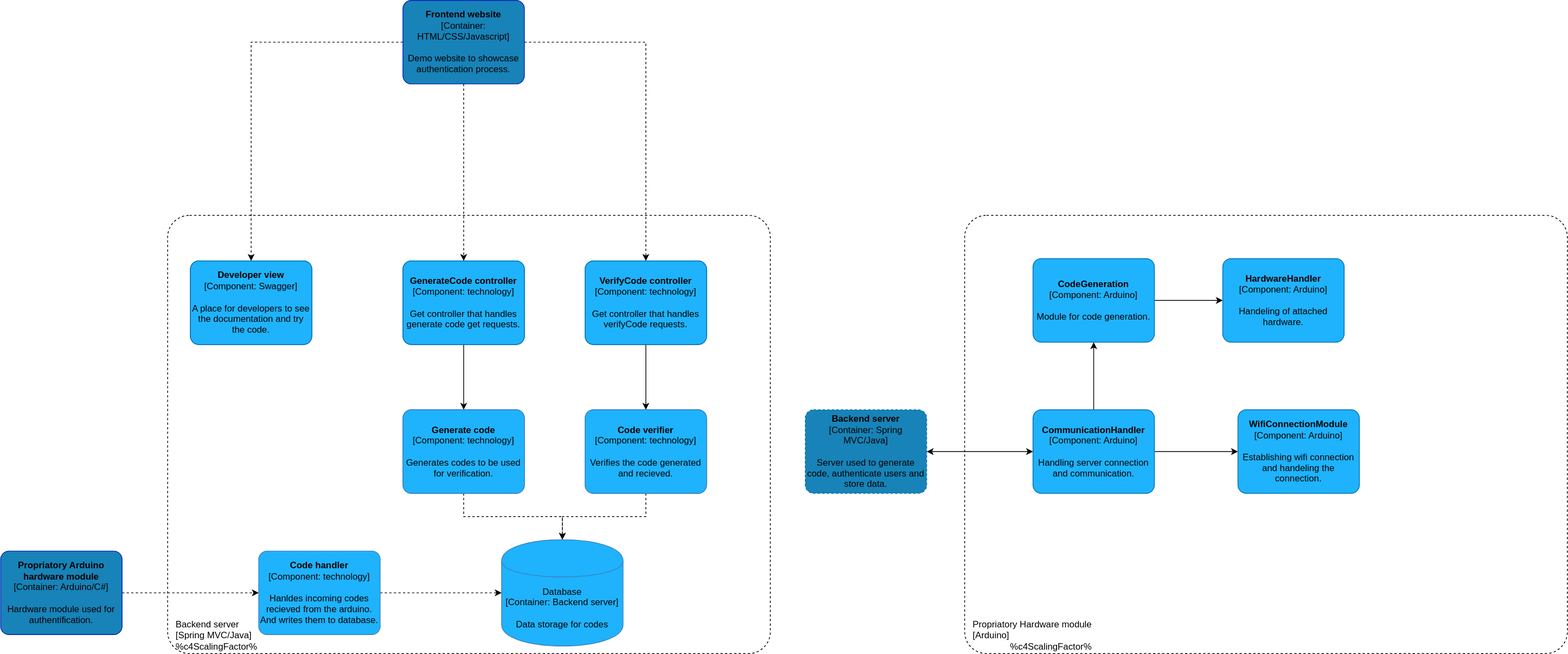
This is c4-diagrams/C3 - Component diagram.svg from 2nd-factor/docs, a draw.io export, as it was before one commit. Source tidied: cells renumbered, new cells last; positions are measured from the earlier drawing's top-left corner, leaving out a move shared by most shapes.
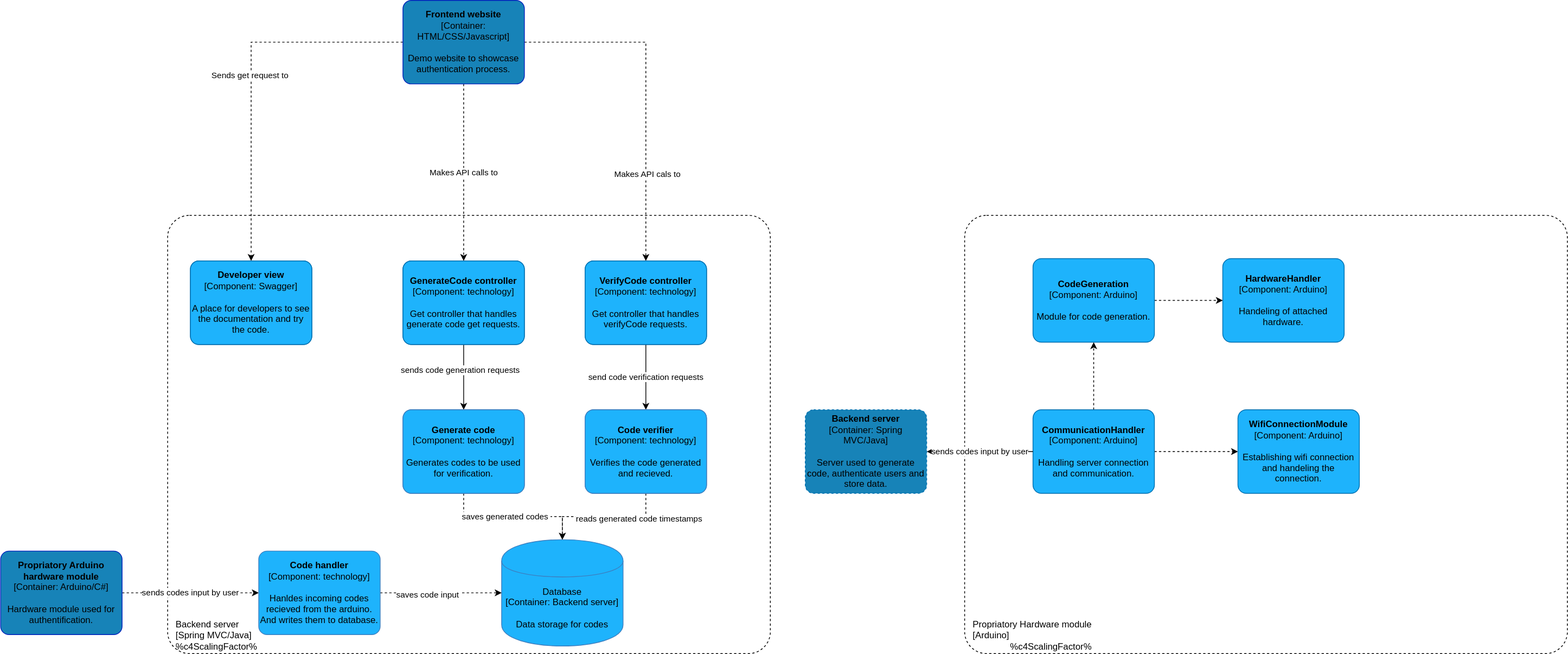
Above is the later version.

Commit message:
modified:   2nd-factor-c4model.drawio 	modified:   c4-diagrams/C2 - Container diagramv2.svg 	modified:   c4-diagrams/C3 - Component diagram.svg

Diff of the diagram source:
```diff
@@ -15,12 +15,15 @@
     <mxCell id="4" style="edgeStyle=orthogonalEdgeStyle;rounded=0;jettySize=auto;html=1;startArrow=none;startFill=0;endArrow=classic;endFill=1;" parent="1" edge="1" source="5" target="16">
       <mxGeometry relative="1" as="geometry" />
     </mxCell>
+    <mxCell id="36" value="sends code generation requests&amp;nbsp;" style="edgeLabel;html=1;align=center;verticalAlign=middle;" parent="4" vertex="1">
+      <mxGeometry x="-0.23" y="-4" relative="1" as="geometry" />
+    </mxCell>
     <object id="5" label="&lt;b&gt;%c4Name%&lt;/b&gt;&lt;div&gt;[%c4Type%: %c4Technology%]&lt;/div&gt;&lt;br&gt;&lt;div&gt;%c4Description%&lt;/div&gt;" c4Description="Get controller that handles generate code get requests." c4Name="GenerateCode controller" c4Technology="technology" c4Type="Component" placeholders="1">
       <mxCell style="rounded=1;whiteSpace=wrap;html=1;labelBackgroundColor=none;fontColor=#ffffff;align=center;arcSize=10;strokeColor=#006EAF;metaData={&quot;c4Type&quot;:{&quot;editable&quot;:false}};points=[[0.25,0,0],[0.5,0,0],[0.75,0,0],[1,0.25,0],[1,0.5,0],[1,0.75,0],[0.75,1,0],[0.5,1,0],[0.25,1,0],[0,0.75,0],[0,0.5,0],[0,0.25,0]];fillColor=#1EB3FC;" parent="1" vertex="1">
         <mxGeometry x="530" y="343" width="160" height="110" as="geometry" />
       </mxCell>
     </object>
-    <mxCell id="6" style="edgeStyle=orthogonalEdgeStyle;rounded=0;jettySize=auto;html=1;startArrow=none;startFill=0;endArrow=classic;endFill=1;" parent="1" edge="1" source="7" target="18">
+    <mxCell id="6" value="send code verification requests" style="edgeStyle=orthogonalEdgeStyle;rounded=0;jettySize=auto;html=1;startArrow=none;startFill=0;endArrow=classic;endFill=1;" parent="1" edge="1" source="7" target="18">
       <mxGeometry relative="1" as="geometry" />
     </mxCell>
     <object id="7" label="&lt;b&gt;%c4Name%&lt;/b&gt;&lt;div&gt;[%c4Type%: %c4Technology%]&lt;/div&gt;&lt;br&gt;&lt;div&gt;%c4Description%&lt;/div&gt;" c4Description="Get controller that handles verifyCode requests." c4Name="VerifyCode controller" c4Technology="technology" c4Type="Component" placeholders="1">
@@ -28,13 +31,16 @@
         <mxGeometry x="770" y="343" width="160" height="110" as="geometry" />
       </mxCell>
     </object>
-    <mxCell id="8" style="edgeStyle=orthogonalEdgeStyle;rounded=0;jettySize=auto;html=1;entryX=0.5;entryY=0;entryDx=0;entryDy=0;entryPerimeter=0;dashed=1;startArrow=none;startFill=0;endArrow=classic;endFill=1;" parent="1" edge="1" source="11" target="5">
+    <mxCell id="8" value="Makes API calls to" style="edgeStyle=orthogonalEdgeStyle;rounded=0;jettySize=auto;html=1;entryX=0.5;entryY=0;entryDx=0;entryDy=0;entryPerimeter=0;dashed=1;startArrow=none;startFill=0;endArrow=classic;endFill=1;" parent="1" edge="1" source="11" target="5">
       <mxGeometry relative="1" as="geometry" />
     </mxCell>
     <mxCell id="9" style="edgeStyle=orthogonalEdgeStyle;rounded=0;jettySize=auto;html=1;entryX=0.5;entryY=0;entryDx=0;entryDy=0;entryPerimeter=0;dashed=1;startArrow=none;startFill=0;endArrow=classic;endFill=1;" parent="1" edge="1" source="11" target="7">
       <mxGeometry relative="1" as="geometry" />
     </mxCell>
+    <mxCell id="37" value="Makes API cals to" style="edgeLabel;html=1;align=center;verticalAlign=middle;" parent="9" vertex="1">
+      <mxGeometry x="0.49" y="1" relative="1" as="geometry" />
+    </mxCell>
-    <mxCell id="10" style="edgeStyle=orthogonalEdgeStyle;rounded=0;jettySize=auto;html=1;dashed=1;startArrow=none;startFill=0;endArrow=classic;endFill=1;" parent="1" edge="1" source="11" target="3">
+    <mxCell id="10" value="Sends get request to&amp;nbsp;" style="edgeStyle=orthogonalEdgeStyle;rounded=0;jettySize=auto;html=1;dashed=1;startArrow=none;startFill=0;endArrow=classic;endFill=1;" parent="1" edge="1" source="11" target="3">
       <mxGeometry relative="1" as="geometry" />
     </mxCell>
     <object id="11" label="&lt;b&gt;%c4Name%&lt;/b&gt;&lt;div&gt;[%c4Type%: %c4Technology%]&lt;/div&gt;&lt;br&gt;&lt;div&gt;%c4Description%&lt;/div&gt;" c4Description="Demo website to showcase authentication process. " c4Name="Frontend website" c4Technology="HTML/CSS/Javascript" c4Type="Container" placeholders="1">
@@ -42,7 +48,7 @@
         <mxGeometry x="530" width="160" height="110" as="geometry" />
       </mxCell>
     </object>
-    <mxCell id="12" style="edgeStyle=orthogonalEdgeStyle;rounded=0;jettySize=auto;html=1;dashed=1;startArrow=none;startFill=0;endArrow=classic;endFill=1;" parent="1" edge="1" source="13" target="20">
+    <mxCell id="12" value="sends codes input by user" style="edgeStyle=orthogonalEdgeStyle;rounded=0;jettySize=auto;html=1;dashed=1;startArrow=none;startFill=0;endArrow=classic;endFill=1;" parent="1" edge="1" source="13" target="20">
       <mxGeometry relative="1" as="geometry" />
     </mxCell>
     <object id="13" label="&lt;b&gt;%c4Name%&lt;/b&gt;&lt;div&gt;[%c4Type%: %c4Technology%]&lt;/div&gt;&lt;br&gt;&lt;div&gt;%c4Description%&lt;/div&gt;" c4Description="Hardware module used for authentification." c4Name="Propriatory Arduino hardware module" c4Technology="Arduino/C#" c4Type="Container" placeholders="1">
@@ -58,6 +64,9 @@
     <mxCell id="15" style="edgeStyle=orthogonalEdgeStyle;rounded=0;jettySize=auto;html=1;startArrow=none;startFill=0;endArrow=classic;endFill=1;dashed=1;" parent="1" edge="1" source="16" target="14">
       <mxGeometry relative="1" as="geometry" />
     </mxCell>
+    <mxCell id="38" value="saves generated codes&amp;nbsp;" style="edgeLabel;html=1;align=center;verticalAlign=middle;" parent="15" vertex="1">
+      <mxGeometry x="-0.11" relative="1" as="geometry" />
+    </mxCell>
     <object id="16" label="&lt;b&gt;%c4Name%&lt;/b&gt;&lt;div&gt;[%c4Type%: %c4Technology%]&lt;/div&gt;&lt;br&gt;&lt;div&gt;%c4Description%&lt;/div&gt;" c4Description="Generates codes to be used for verification." c4Name="Generate code" c4Technology="technology" c4Type="Component" placeholders="1">
       <mxCell style="rounded=1;whiteSpace=wrap;html=1;labelBackgroundColor=none;fontColor=#ffffff;align=center;arcSize=10;strokeColor=#3C7FC0;metaData={&quot;c4Type&quot;:{&quot;editable&quot;:false}};points=[[0.25,0,0],[0.5,0,0],[0.75,0,0],[1,0.25,0],[1,0.5,0],[1,0.75,0],[0.75,1,0],[0.5,1,0],[0.25,1,0],[0,0.75,0],[0,0.5,0],[0,0.25,0]];fillColor=#1EB3FC;" parent="1" vertex="1">
         <mxGeometry x="530" y="539" width="160" height="110" as="geometry" />
@@ -66,6 +75,9 @@
     <mxCell id="17" style="edgeStyle=orthogonalEdgeStyle;rounded=0;jettySize=auto;html=1;dashed=1;startArrow=none;startFill=0;endArrow=classic;endFill=1;" parent="1" edge="1" source="18" target="14">
       <mxGeometry relative="1" as="geometry" />
     </mxCell>
+    <mxCell id="39" value="reads generated code timestamps" style="edgeLabel;html=1;align=center;verticalAlign=middle;" parent="17" vertex="1">
+      <mxGeometry x="-0.53" y="3" relative="1" as="geometry" />
+    </mxCell>
     <object id="18" label="&lt;b&gt;%c4Name%&lt;/b&gt;&lt;div&gt;[%c4Type%: %c4Technology%]&lt;/div&gt;&lt;br&gt;&lt;div&gt;%c4Description%&lt;/div&gt;" c4Description="Verifies the code generated and recieved." c4Name="Code verifier" c4Technology="technology" c4Type="Component" placeholders="1">
       <mxCell style="rounded=1;whiteSpace=wrap;html=1;labelBackgroundColor=none;fontColor=#ffffff;align=center;arcSize=10;strokeColor=#3C7FC0;metaData={&quot;c4Type&quot;:{&quot;editable&quot;:false}};points=[[0.25,0,0],[0.5,0,0],[0.75,0,0],[1,0.25,0],[1,0.5,0],[1,0.75,0],[0.75,1,0],[0.5,1,0],[0.25,1,0],[0,0.75,0],[0,0.5,0],[0,0.25,0]];fillColor=#1EB3FC;" parent="1" vertex="1">
         <mxGeometry x="770" y="539" width="160" height="110" as="geometry" />
@@ -74,6 +86,9 @@
     <mxCell id="19" style="edgeStyle=orthogonalEdgeStyle;rounded=0;jettySize=auto;html=1;dashed=1;startArrow=none;startFill=0;endArrow=classic;endFill=1;" parent="1" edge="1" source="20" target="14">
       <mxGeometry relative="1" as="geometry" />
     </mxCell>
+    <mxCell id="40" value="saves code input&amp;nbsp;" style="edgeLabel;html=1;align=center;verticalAlign=middle;" parent="19" vertex="1">
+      <mxGeometry x="-0.22" y="-2" relative="1" as="geometry" />
+    </mxCell>
     <object id="20" label="&lt;b&gt;%c4Name%&lt;/b&gt;&lt;div&gt;[%c4Type%: %c4Technology%]&lt;/div&gt;&lt;br&gt;&lt;div&gt;%c4Description%&lt;/div&gt;" c4Description="Hanldes incoming codes recieved from the arduino. And writes them to database." c4Name="Code handler" c4Technology="technology" c4Type="Component" placeholders="1">
       <mxCell style="rounded=1;whiteSpace=wrap;html=1;labelBackgroundColor=none;align=center;arcSize=10;strokeColor=#3C7FC0;metaData={&quot;c4Type&quot;:{&quot;editable&quot;:false}};points=[[0.25,0,0],[0.5,0,0],[0.75,0,0],[1,0.25,0],[1,0.5,0],[1,0.75,0],[0.75,1,0],[0.5,1,0],[0.25,1,0],[0,0.75,0],[0,0.5,0],[0,0.25,0]];fillColor=#1EB3FC;" parent="1" vertex="1">
         <mxGeometry x="340" y="725" width="160" height="110" as="geometry" />
@@ -109,10 +124,10 @@
         <mxGeometry x="1270" y="283" width="794" height="577" as="geometry" />
       </mxCell>
     </object>
-    <mxCell id="27" style="edgeStyle=orthogonalEdgeStyle;rounded=0;jettySize=auto;html=1;startArrow=none;startFill=0;" parent="1" edge="1" source="29" target="31">
+    <mxCell id="27" style="edgeStyle=orthogonalEdgeStyle;rounded=0;jettySize=auto;html=1;startArrow=none;startFill=0;dashed=1;" parent="1" edge="1" source="29" target="31">
       <mxGeometry relative="1" as="geometry" />
     </mxCell>
-    <mxCell id="28" style="edgeStyle=orthogonalEdgeStyle;rounded=0;jettySize=auto;html=1;startArrow=none;startFill=0;" parent="1" edge="1" source="29" target="35">
+    <mxCell id="28" style="edgeStyle=orthogonalEdgeStyle;rounded=0;jettySize=auto;html=1;startArrow=none;startFill=0;dashed=1;" parent="1" edge="1" source="29" target="35">
       <mxGeometry relative="1" as="geometry" />
     </mxCell>
     <object id="29" label="&lt;b&gt;%c4Name%&lt;/b&gt;&lt;div&gt;[%c4Type%: %c4Technology%]&lt;/div&gt;&lt;br&gt;&lt;div&gt;%c4Description%&lt;/div&gt;" c4Description="Handling server connection and communication." c4Name="CommunicationHandler" c4Technology="Arduino" c4Type="Component" placeholders="1">
@@ -130,7 +145,7 @@
         <mxGeometry x="1630" y="539" width="160" height="110" as="geometry" />
       </mxCell>
     </object>
-    <mxCell id="32" style="edgeStyle=orthogonalEdgeStyle;rounded=0;jettySize=auto;html=1;startArrow=classic;startFill=1;" parent="1" edge="1" source="33" target="29">
+    <mxCell id="32" value="sends codes input by user" style="edgeStyle=orthogonalEdgeStyle;rounded=0;jettySize=auto;html=1;startArrow=classic;startFill=1;endArrow=none;endFill=0;" parent="1" edge="1" source="33" target="29">
       <mxGeometry relative="1" as="geometry" />
     </mxCell>
     <object id="33" label="&lt;b&gt;%c4Name%&lt;/b&gt;&lt;div&gt;[%c4Type%: %c4Technology%]&lt;/div&gt;&lt;br&gt;&lt;div&gt;%c4Description%&lt;/div&gt;" c4Description="Server used to generate code, authenticate users and store data. " c4Name="Backend server" c4Technology="Spring MVC/Java" c4Type="Container" placeholders="1">
@@ -138,7 +153,7 @@
         <mxGeometry x="1060" y="539" width="160" height="110" as="geometry" />
       </mxCell>
     </object>
-    <mxCell id="34" style="edgeStyle=orthogonalEdgeStyle;rounded=0;jettySize=auto;html=1;startArrow=none;startFill=0;" parent="1" edge="1" source="35" target="30">
+    <mxCell id="34" style="edgeStyle=orthogonalEdgeStyle;rounded=0;jettySize=auto;html=1;startArrow=none;startFill=0;dashed=1;" parent="1" edge="1" source="35" target="30">
       <mxGeometry relative="1" as="geometry" />
     </mxCell>
     <object id="35" label="&lt;b&gt;%c4Name%&lt;/b&gt;&lt;div&gt;[%c4Type%: %c4Technology%]&lt;/div&gt;&lt;br&gt;&lt;div&gt;%c4Description%&lt;/div&gt;" c4Description="Module for code generation." c4Name="CodeGeneration" c4Technology="Arduino" c4Type="Component" placeholders="1">
```
